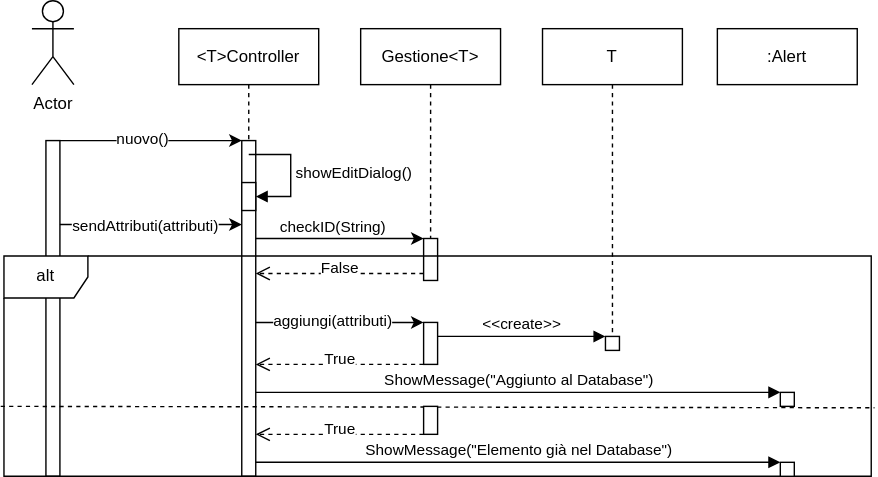
Earlier version of the draw.io export Design/SequenceDiagramAggiungiT.svg (doppiaaa/Progetto-Biblioteca-Ingegneria-del-Software). Source tidied: cells renumbered, new cells last; positions are measured from the earlier drawing's top-left corner, leaving out a move shared by most shapes.
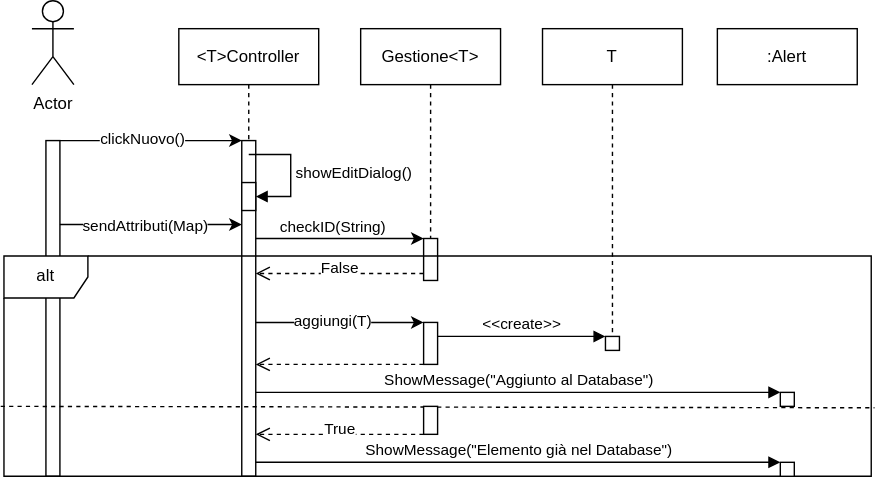
After the commit.

The edit, as a diff of the source:
```diff
@@ -17,7 +17,7 @@
         <mxPoint x="172" y="100" as="targetPoint" />
       </mxGeometry>
     </mxCell>
-    <mxCell id="6" value="nuovo()" style="edgeLabel;html=1;align=center;verticalAlign=middle;" parent="5" vertex="1">
+    <mxCell id="6" value="clickNuovo()" style="edgeLabel;html=1;align=center;verticalAlign=middle;" parent="5" vertex="1">
       <mxGeometry x="-0.22" y="2" relative="1" as="geometry">
         <mxPoint x="7" as="offset" />
       </mxGeometry>
@@ -28,7 +28,7 @@
         <mxPoint x="172" y="160" as="targetPoint" />
       </mxGeometry>
     </mxCell>
-    <mxCell id="8" value="sendAttributi(attributi)" style="edgeLabel;html=1;align=center;verticalAlign=middle;" parent="7" vertex="1">
+    <mxCell id="8" value="sendAttributi(Map)" style="edgeLabel;html=1;align=center;verticalAlign=middle;" parent="7" vertex="1">
       <mxGeometry x="-0.22" y="2" relative="1" as="geometry">
         <mxPoint x="9" y="2" as="offset" />
       </mxGeometry>
@@ -77,12 +77,12 @@
         <mxPoint x="302" y="230" as="targetPoint" />
       </mxGeometry>
     </mxCell>
-    <mxCell id="19" value="aggiungi(attributi)" style="edgeLabel;html=1;align=center;verticalAlign=middle;" parent="18" vertex="1">
+    <mxCell id="19" value="aggiungi(T)" style="edgeLabel;html=1;align=center;verticalAlign=middle;" parent="18" vertex="1">
       <mxGeometry x="-0.22" y="2" relative="1" as="geometry">
         <mxPoint x="7" as="offset" />
       </mxGeometry>
     </mxCell>
-    <mxCell id="20" value="True" style="html=1;verticalAlign=bottom;endArrow=open;dashed=1;endSize=8;curved=0;rounded=0;exitX=0;exitY=1;exitDx=0;exitDy=-5;exitPerimeter=0;" parent="1" edge="1">
+    <mxCell id="20" style="html=1;verticalAlign=bottom;endArrow=open;dashed=1;endSize=8;curved=0;rounded=0;exitX=0;exitY=1;exitDx=0;exitDy=-5;exitPerimeter=0;" parent="1" edge="1">
       <mxGeometry y="5" relative="1" as="geometry">
         <mxPoint x="302" y="260" as="sourcePoint" />
         <mxPoint x="182" y="260" as="targetPoint" />
```
